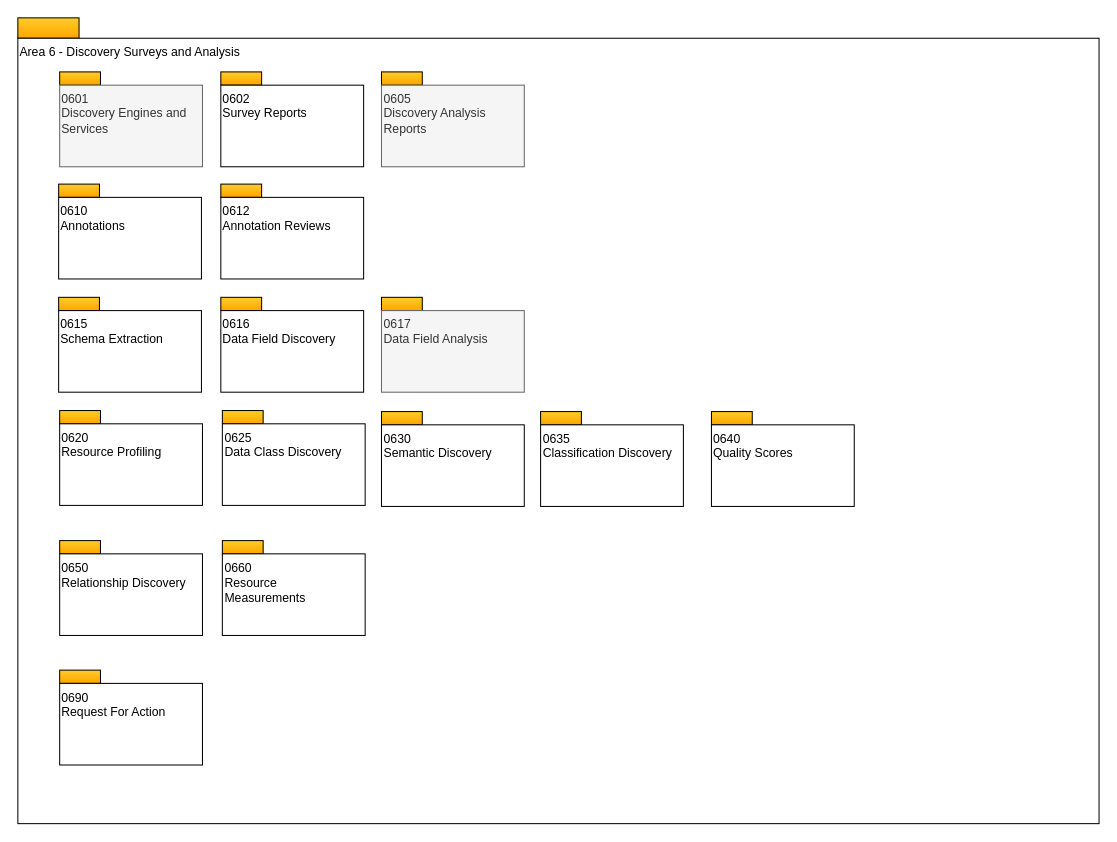
Earlier version of the draw.io diagram page "overview" (1 of 14) of site/docs/types/6/area-6-discovery.drawio (odpi/egeria-docs). Source tidied: cells renumbered, new cells numbered last; positions are measured from the earlier drawing's top-left corner, leaving out a move shared by most shapes. Both pictures are drawn from the tidied source at 102%, with x=0, y=0 at pixel (17, 17).
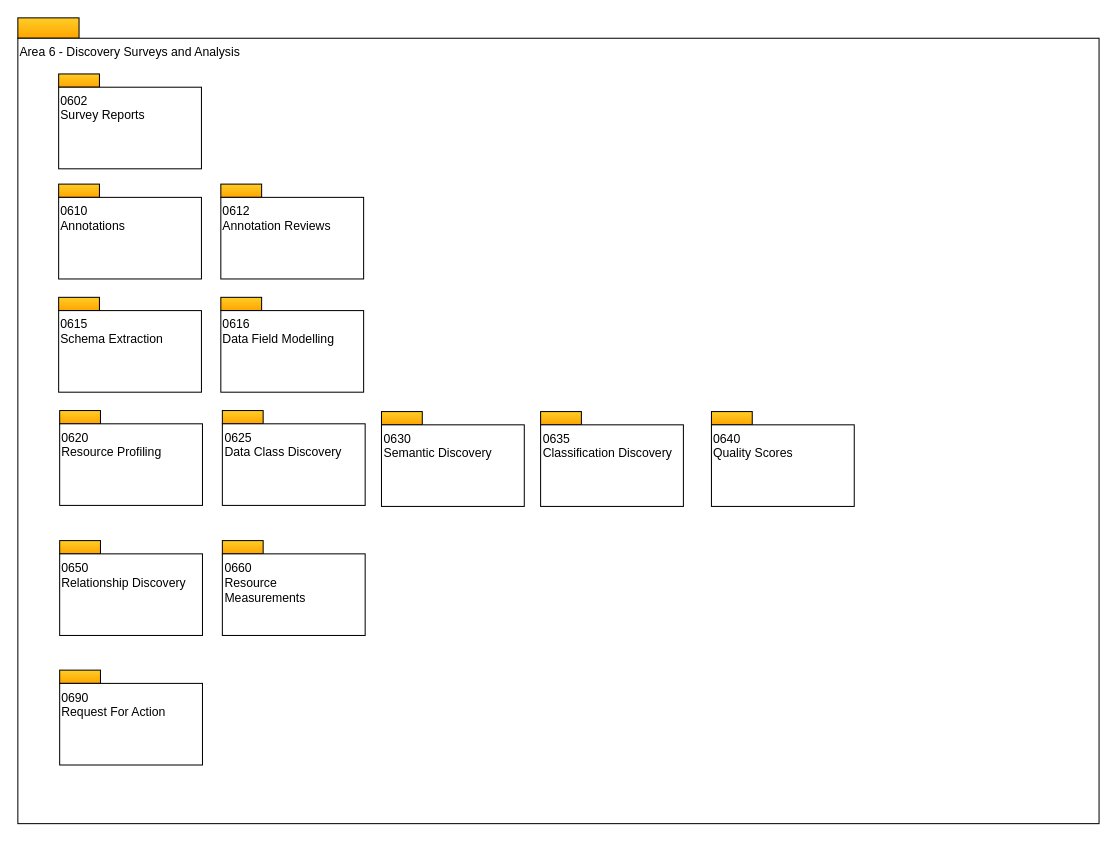
The same page after the edit.

Change to the diagram source:
```diff
@@
     <mxCell id="8" style="rounded=0;whiteSpace=wrap;html=1;align=left;fillColor=#ffcd28;strokeColor=#000000;gradientColor=#ffa500;" parent="1" vertex="1">
-      <mxGeometry x="199" y="53" width="40" height="13" as="geometry" />
+      <mxGeometry x="40" y="55" width="40" height="13" as="geometry" />
     </mxCell>
     <mxCell id="9" value="0602&lt;br&gt;Survey Reports" style="rounded=0;whiteSpace=wrap;html=1;align=left;verticalAlign=top;" parent="1" vertex="1">
-      <mxGeometry x="199" y="66" width="140" height="80" as="geometry" />
+      <mxGeometry x="40" y="68" width="140" height="80" as="geometry" />
     </mxCell>
@@
-    <mxCell id="26" style="rounded=0;whiteSpace=wrap;html=1;align=left;fillColor=#ffcd28;strokeColor=#000000;gradientColor=#ffa500;" parent="1" vertex="1">
-      <mxGeometry x="41" y="53" width="40" height="13" as="geometry" />
-    </mxCell>
-    <mxCell id="27" value="0601&lt;br&gt;Discovery Engines and Services" style="rounded=0;whiteSpace=wrap;html=1;align=left;verticalAlign=top;fillColor=#f5f5f5;fontColor=#333333;strokeColor=#666666;" parent="1" vertex="1">
-      <mxGeometry x="41" y="66" width="140" height="80" as="geometry" />
-    </mxCell>
-    <mxCell id="28" style="rounded=0;whiteSpace=wrap;html=1;align=left;fillColor=#ffcd28;strokeColor=#000000;gradientColor=#ffa500;" parent="1" vertex="1">
-      <mxGeometry x="356.5" y="53" width="40" height="13" as="geometry" />
-    </mxCell>
-    <mxCell id="29" value="0605&lt;br&gt;Discovery Analysis&lt;br&gt;Reports" style="rounded=0;whiteSpace=wrap;html=1;align=left;verticalAlign=top;fillColor=#f5f5f5;fontColor=#333333;strokeColor=#666666;" parent="1" vertex="1">
-      <mxGeometry x="356.5" y="66" width="140" height="80" as="geometry" />
-    </mxCell>
@@
-    <mxCell id="33" value="0616&lt;br&gt;Data Field Discovery" style="rounded=0;whiteSpace=wrap;html=1;align=left;verticalAlign=top;" parent="1" vertex="1">
+    <mxCell id="33" value="0616&lt;br&gt;Data Field Modelling" style="rounded=0;whiteSpace=wrap;html=1;align=left;verticalAlign=top;" parent="1" vertex="1">
       <mxGeometry x="199" y="287" width="140" height="80" as="geometry" />
     </mxCell>
-    <mxCell id="34" style="rounded=0;whiteSpace=wrap;html=1;align=left;fillColor=#ffcd28;strokeColor=#000000;gradientColor=#ffa500;" parent="1" vertex="1">
-      <mxGeometry x="356.5" y="274" width="40" height="13" as="geometry" />
-    </mxCell>
-    <mxCell id="35" value="0617&lt;br&gt;Data Field Analysis" style="rounded=0;whiteSpace=wrap;html=1;align=left;verticalAlign=top;fillColor=#f5f5f5;fontColor=#333333;strokeColor=#666666;" parent="1" vertex="1">
-      <mxGeometry x="356.5" y="287" width="140" height="80" as="geometry" />
-    </mxCell>
```
